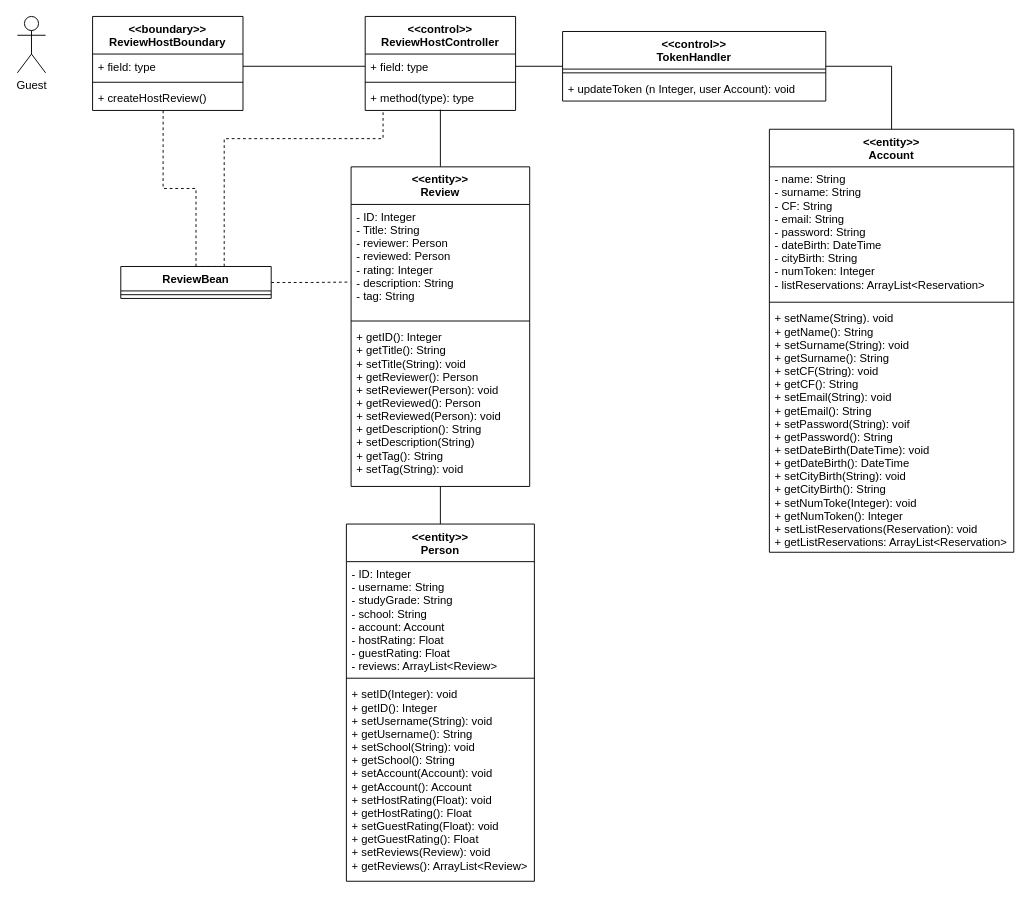
Before: Deliverables/VoPC/VoPC ReviewHost.drawio in nic-agos/DoveStudi, a draw.io diagram. Source tidied: cells renumbered, new cells numbered last; positions are measured from the earlier drawing's top-left corner, leaving out a move shared by most shapes. Both pictures are drawn from the tidied source at 94%, with x=0, y=0 at pixel (17, 16).
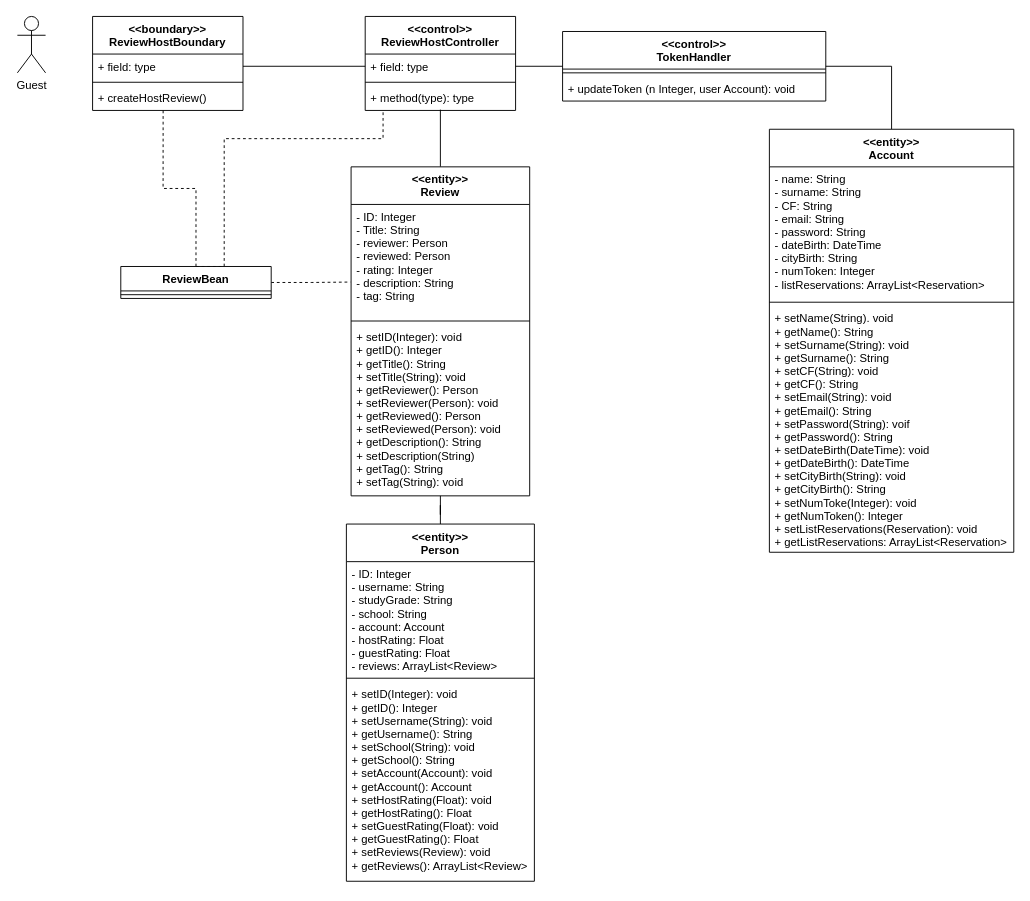
Above is the later version.

Change to the diagram source:
```diff
@@
     <mxCell id="18" value="&lt;&lt;entity&gt;&gt;&#10;Review" style="swimlane;fontStyle=1;align=center;verticalAlign=top;horizontal=1;startSize=40;" parent="1" vertex="1">
-      <mxGeometry x="355" y="160" width="190" height="340" as="geometry" />
+      <mxGeometry x="355" y="160" width="190" height="350" as="geometry" />
     </mxCell>
@@
-    <mxCell id="21" value="+ getID(): Integer&#10;+ getTitle(): String&#10;+ setTitle(String): void&#10;+ getReviewer(): Person&#10;+ setReviewer(Person): void&#10;+ getReviewed(): Person&#10;+ setReviewed(Person): void&#10;+ getDescription(): String&#10;+ setDescription(String)&#10;+ getTag(): String&#10;+ setTag(String): void" style="text;strokeColor=none;fillColor=none;align=left;verticalAlign=top;spacingLeft=4;spacingRight=4;overflow=hidden;points=[[0,0.5],[1,0.5]];portConstraint=eastwest;" parent="18" vertex="1">
-      <mxGeometry y="168" width="190" height="172" as="geometry" />
+    <mxCell id="21" value="+ setID(Integer): void&#10;+ getID(): Integer&#10;+ getTitle(): String&#10;+ setTitle(String): void&#10;+ getReviewer(): Person&#10;+ setReviewer(Person): void&#10;+ getReviewed(): Person&#10;+ setReviewed(Person): void&#10;+ getDescription(): String&#10;+ setDescription(String)&#10;+ getTag(): String&#10;+ setTag(String): void" style="text;strokeColor=none;fillColor=none;align=left;verticalAlign=top;spacingLeft=4;spacingRight=4;overflow=hidden;points=[[0,0.5],[1,0.5]];portConstraint=eastwest;" parent="18" vertex="1">
+      <mxGeometry y="168" width="190" height="182" as="geometry" />
     </mxCell>
```
